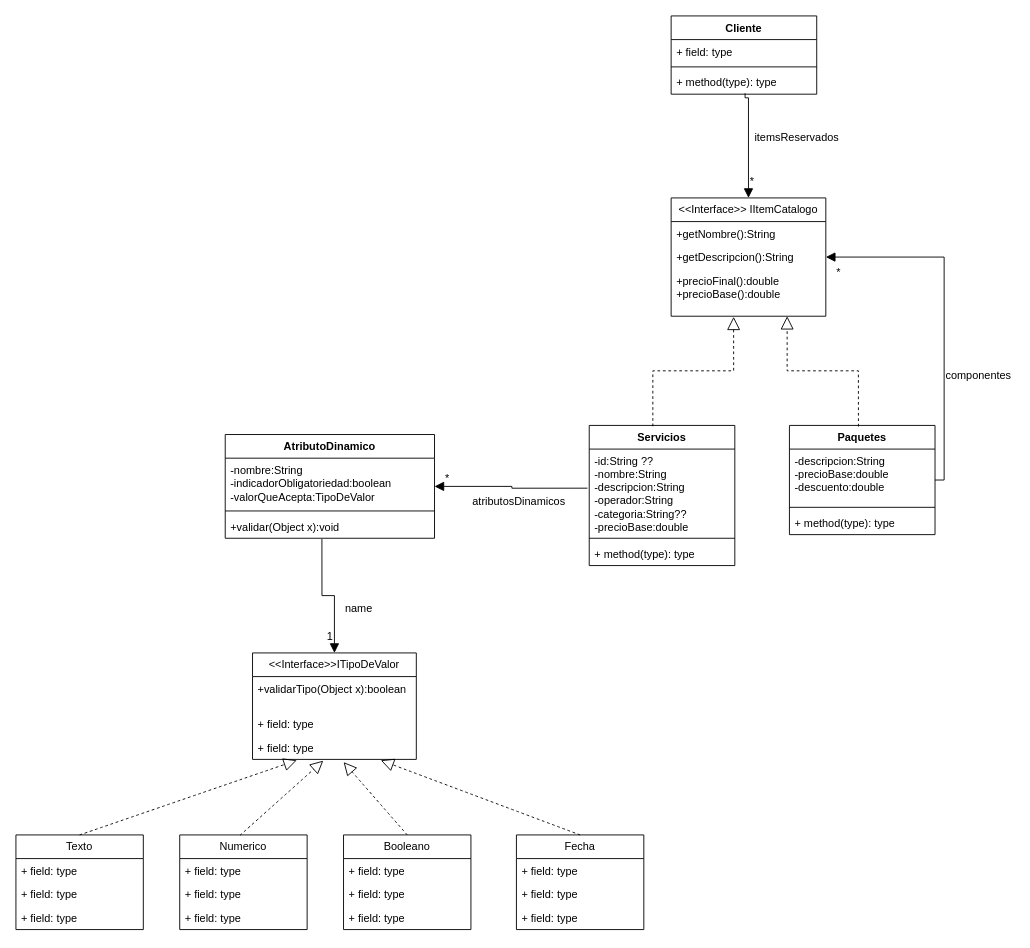
Before: UML/2.1 servicios y paquetes.drawio in MartinianoOliveto/po2-integrador, a draw.io diagram. Source tidied: cells renumbered, new cells numbered last; positions are measured from the earlier drawing's top-left corner, leaving out a move shared by most shapes. Both pictures are drawn from the tidied source at 91%, with x=0, y=0 at pixel (15, 15).
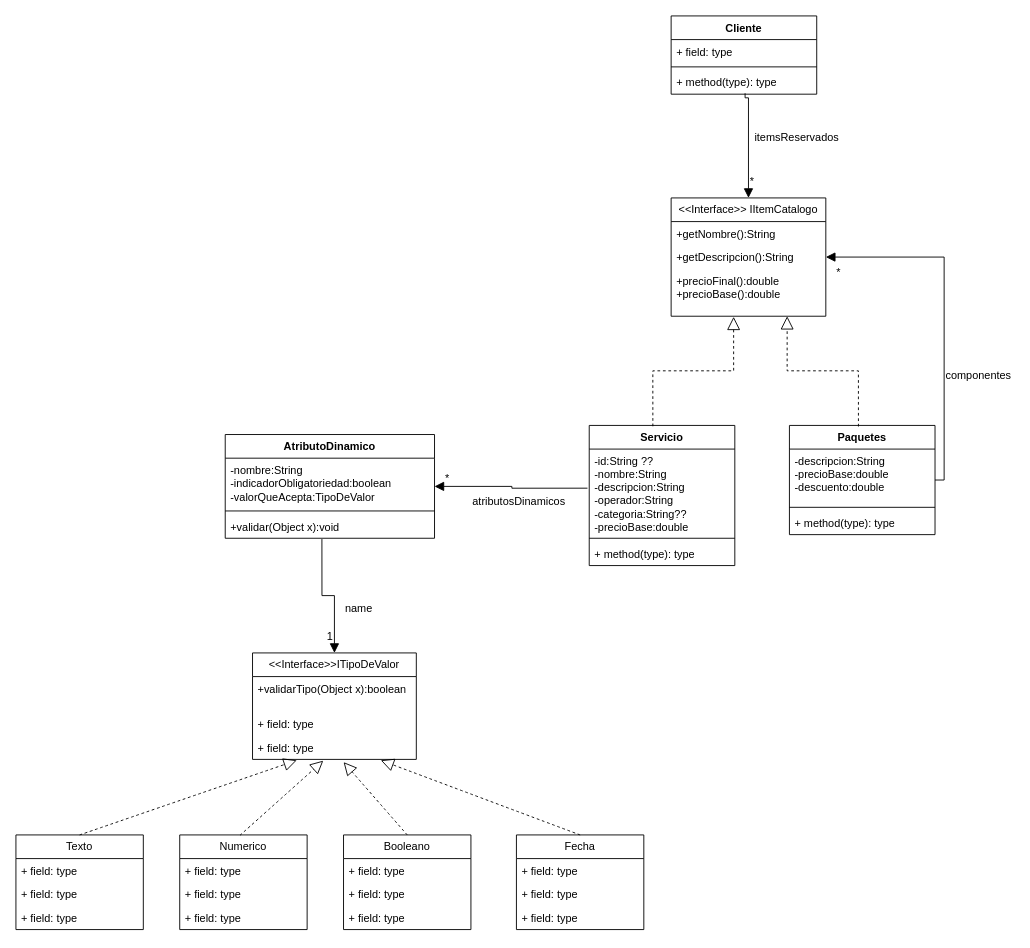
Above is the later version.

The edit, as a diff of the source:
```diff
@@
-    <mxCell id="2" value="Servicios" style="swimlane;fontStyle=1;align=center;verticalAlign=top;horizontal=1;startSize=26;whiteSpace=wrap;html=1;rounded=0;" parent="1" vertex="1">
+    <mxCell id="2" value="Servicio" style="swimlane;fontStyle=1;align=center;verticalAlign=top;horizontal=1;startSize=26;whiteSpace=wrap;html=1;rounded=0;" parent="1" vertex="1">
       <mxGeometry x="630" y="450" width="160" height="154" as="geometry" />
     </mxCell>
```
